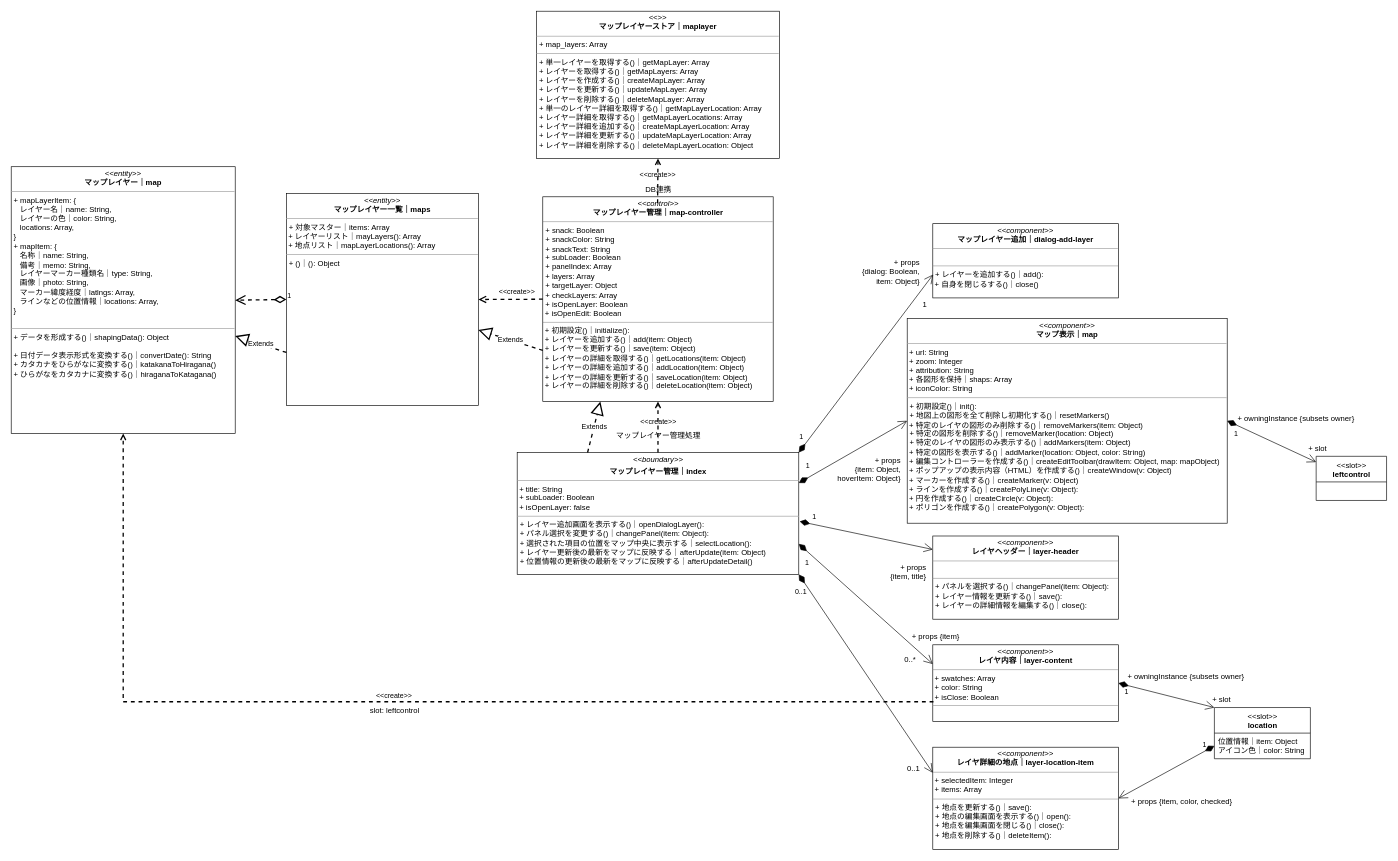
kaoru387/draw.io keeps this draw.io diagram as iriomote-anymaps.drawio. Above is the earlier version. Source tidied: cells renumbered, new cells numbered last; positions are measured from the earlier drawing's top-left corner, leaving out a move shared by most shapes. Both pictures are drawn from the tidied source at 64%, with x=0, y=0 at pixel (11, 11).
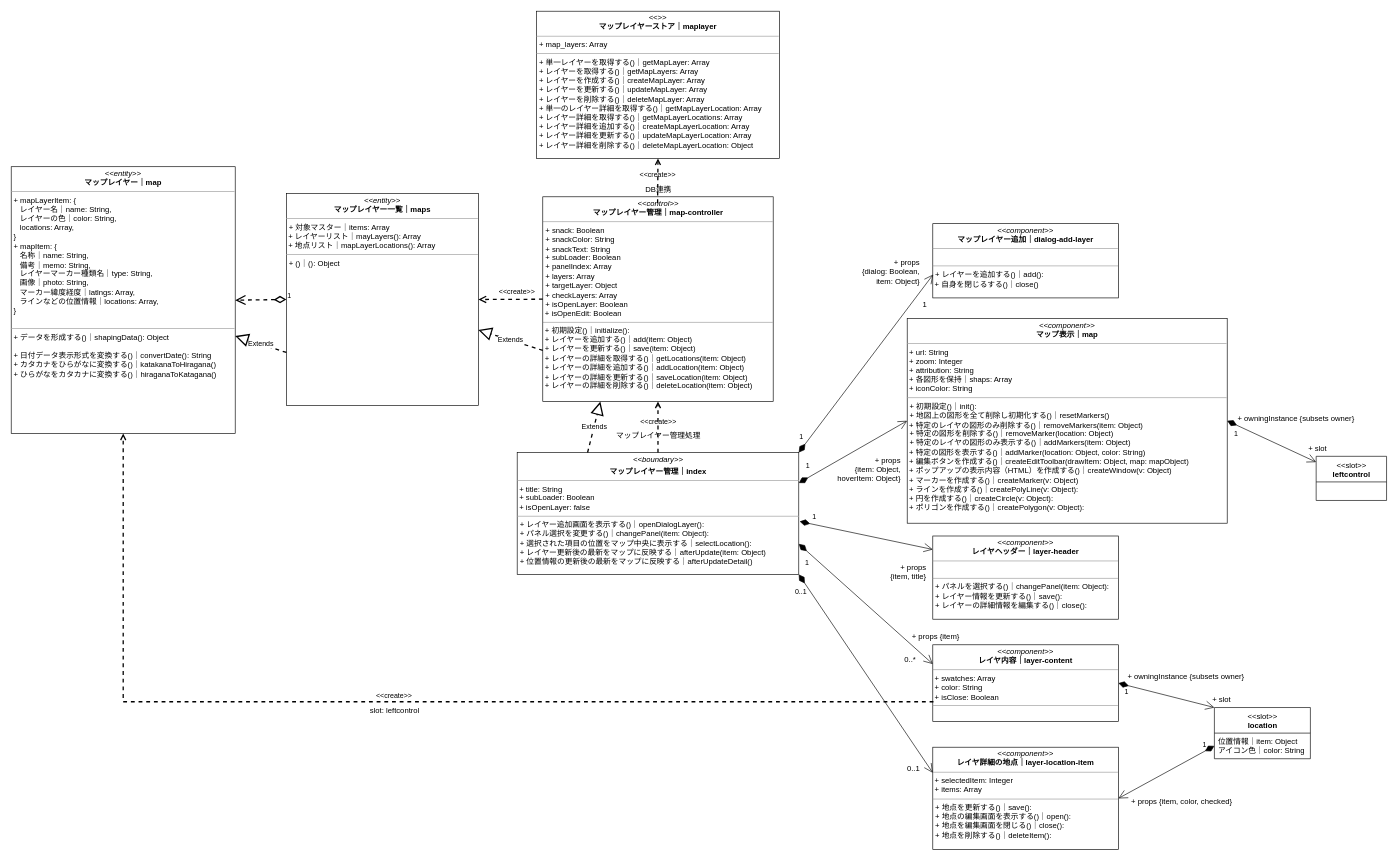
The same diagram, later.

Commit message:
iriomote-anymaps.drawio を更新します

Change to the diagram source:
```diff
@@
-    <mxCell id="6" value="&lt;p style=&quot;margin:0px;margin-top:4px;text-align:center;&quot;&gt;&lt;i&gt;&amp;lt;&amp;lt;&lt;/i&gt;&lt;i&gt;component&lt;/i&gt;&lt;i&gt;&amp;gt;&amp;gt;&lt;/i&gt;&lt;br&gt;&lt;b&gt;マップ表示｜&lt;/b&gt;&lt;b style=&quot;background-color: initial;&quot;&gt;map&lt;/b&gt;&lt;/p&gt;&lt;hr size=&quot;1&quot;&gt;&lt;div&gt;&lt;span style=&quot;background-color: initial;&quot;&gt;&amp;nbsp;+ url: String&lt;/span&gt;&lt;/div&gt;&lt;div&gt;&amp;nbsp;+ zoom: Integer&lt;/div&gt;&amp;nbsp;+&amp;nbsp;&lt;span style=&quot;background-color: initial;&quot;&gt;attribution: String&lt;/span&gt;&lt;br&gt;&amp;nbsp;+ 各図形を保持｜&lt;span style=&quot;background-color: initial;&quot;&gt;shaps: Array&lt;/span&gt;&lt;br&gt;&amp;nbsp;+&amp;nbsp;&lt;span style=&quot;background-color: initial;&quot;&gt;iconColor: String&lt;/span&gt;&lt;br&gt;&lt;hr size=&quot;1&quot;&gt;&lt;p style=&quot;margin:0px;margin-left:4px;&quot;&gt;+ 初期設定()｜init():&amp;nbsp;&lt;/p&gt;&lt;p style=&quot;margin:0px;margin-left:4px;&quot;&gt;+ 地図上の図形を全て削除し初期化する()｜resetMarkers()&lt;br&gt;&lt;/p&gt;&amp;nbsp;+ 特定のレイヤの図形のみ削除する()｜removeMarkers(item: Object)&lt;p style=&quot;margin:0px;margin-left:4px;&quot;&gt;+ 特定の図形を削除する()｜removeMarker(location: Object)&lt;br&gt;&lt;/p&gt;&lt;p style=&quot;margin:0px;margin-left:4px;&quot;&gt;+ 特定のレイヤの図形のみ表示する()｜addMarkers(item: Object)&lt;/p&gt;&amp;nbsp;+ 特定の図形を表示する()｜addMarker(location: Object, color: String)&lt;br&gt;&amp;nbsp;+ 編集コントローラーを作成する()｜createEditToolbar(drawItem: Object, map: mapObject)&lt;br&gt;&amp;nbsp;+ ポップアップの表示内容（HTML）を作成する()｜createWindow(v: Object)&lt;br&gt;&amp;nbsp;+ マーカーを作成する()｜createMarker(v: Object)&lt;br&gt;&amp;nbsp;+ ラインを作成する()｜createPolyLine(v: Object):&amp;nbsp;&lt;br&gt;&amp;nbsp;+ 円を作成する()｜createCircle(v: Object):&amp;nbsp;&lt;br&gt;&amp;nbsp;+ ポリゴンを作成する()｜createPolygon(v: Object):&amp;nbsp;" style="verticalAlign=top;align=left;overflow=fill;fontSize=12;fontFamily=Helvetica;html=1;" parent="1" vertex="1">
+    <mxCell id="6" value="&lt;p style=&quot;margin:0px;margin-top:4px;text-align:center;&quot;&gt;&lt;i&gt;&amp;lt;&amp;lt;&lt;/i&gt;&lt;i&gt;component&lt;/i&gt;&lt;i&gt;&amp;gt;&amp;gt;&lt;/i&gt;&lt;br&gt;&lt;b&gt;マップ表示｜&lt;/b&gt;&lt;b style=&quot;background-color: initial;&quot;&gt;map&lt;/b&gt;&lt;/p&gt;&lt;hr size=&quot;1&quot;&gt;&lt;div&gt;&lt;span style=&quot;background-color: initial;&quot;&gt;&amp;nbsp;+ url: String&lt;/span&gt;&lt;/div&gt;&lt;div&gt;&amp;nbsp;+ zoom: Integer&lt;/div&gt;&amp;nbsp;+&amp;nbsp;&lt;span style=&quot;background-color: initial;&quot;&gt;attribution: String&lt;/span&gt;&lt;br&gt;&amp;nbsp;+ 各図形を保持｜&lt;span style=&quot;background-color: initial;&quot;&gt;shaps: Array&lt;/span&gt;&lt;br&gt;&amp;nbsp;+&amp;nbsp;&lt;span style=&quot;background-color: initial;&quot;&gt;iconColor: String&lt;/span&gt;&lt;br&gt;&lt;hr size=&quot;1&quot;&gt;&lt;p style=&quot;margin:0px;margin-left:4px;&quot;&gt;+ 初期設定()｜init():&amp;nbsp;&lt;/p&gt;&lt;p style=&quot;margin:0px;margin-left:4px;&quot;&gt;+ 地図上の図形を全て削除し初期化する()｜resetMarkers()&lt;br&gt;&lt;/p&gt;&amp;nbsp;+ 特定のレイヤの図形のみ削除する()｜removeMarkers(item: Object)&lt;p style=&quot;margin:0px;margin-left:4px;&quot;&gt;+ 特定の図形を削除する()｜removeMarker(location: Object)&lt;br&gt;&lt;/p&gt;&lt;p style=&quot;margin:0px;margin-left:4px;&quot;&gt;+ 特定のレイヤの図形のみ表示する()｜addMarkers(item: Object)&lt;/p&gt;&amp;nbsp;+ 特定の図形を表示する()｜addMarker(location: Object, color: String)&lt;br&gt;&amp;nbsp;+ 編集ボタンを作成する()｜createEditToolbar(drawItem: Object, map: mapObject)&lt;br&gt;&amp;nbsp;+ ポップアップの表示内容（HTML）を作成する()｜createWindow(v: Object)&lt;br&gt;&amp;nbsp;+ マーカーを作成する()｜createMarker(v: Object)&lt;br&gt;&amp;nbsp;+ ラインを作成する()｜createPolyLine(v: Object):&amp;nbsp;&lt;br&gt;&amp;nbsp;+ 円を作成する()｜createCircle(v: Object):&amp;nbsp;&lt;br&gt;&amp;nbsp;+ ポリゴンを作成する()｜createPolygon(v: Object):&amp;nbsp;" style="verticalAlign=top;align=left;overflow=fill;fontSize=12;fontFamily=Helvetica;html=1;" parent="1" vertex="1">
       <mxGeometry x="1400" y="480" width="500" height="320" as="geometry" />
     </mxCell>
```
